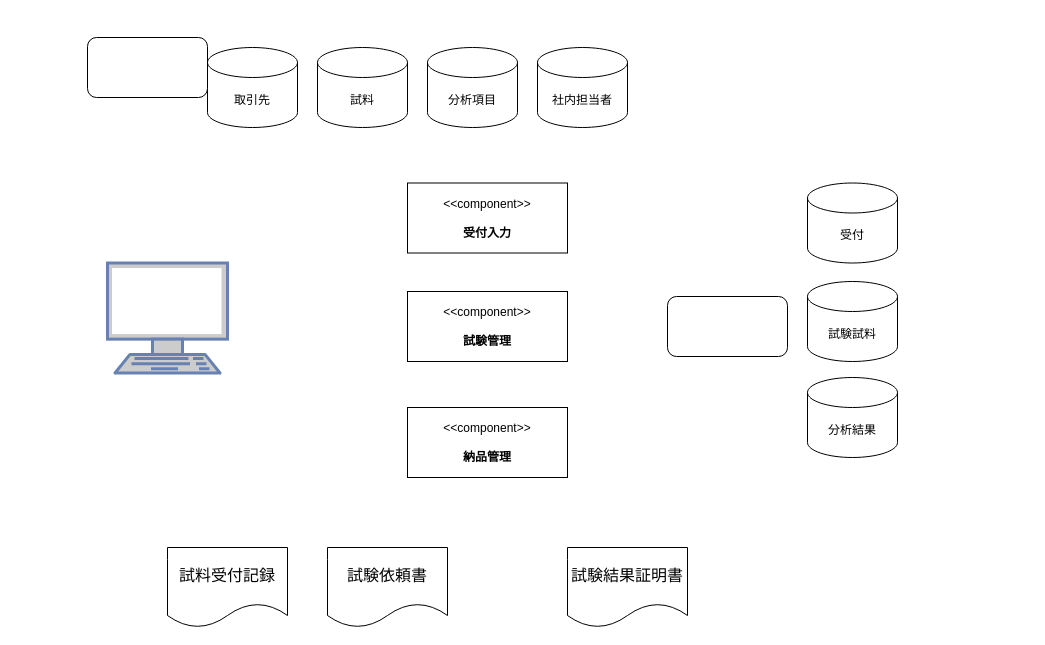
This is page "システム化" (4 of 6) of 試料分析システム.drawio from kaoru387/draw.io, a draw.io file, before an edit. Source tidied: cells renumbered, new cells numbered last; positions are measured from the earlier drawing's top-left corner, leaving out a move shared by most shapes. Both pictures are drawn from the tidied source at 100%, with x=0, y=0 at pixel (87, 37).
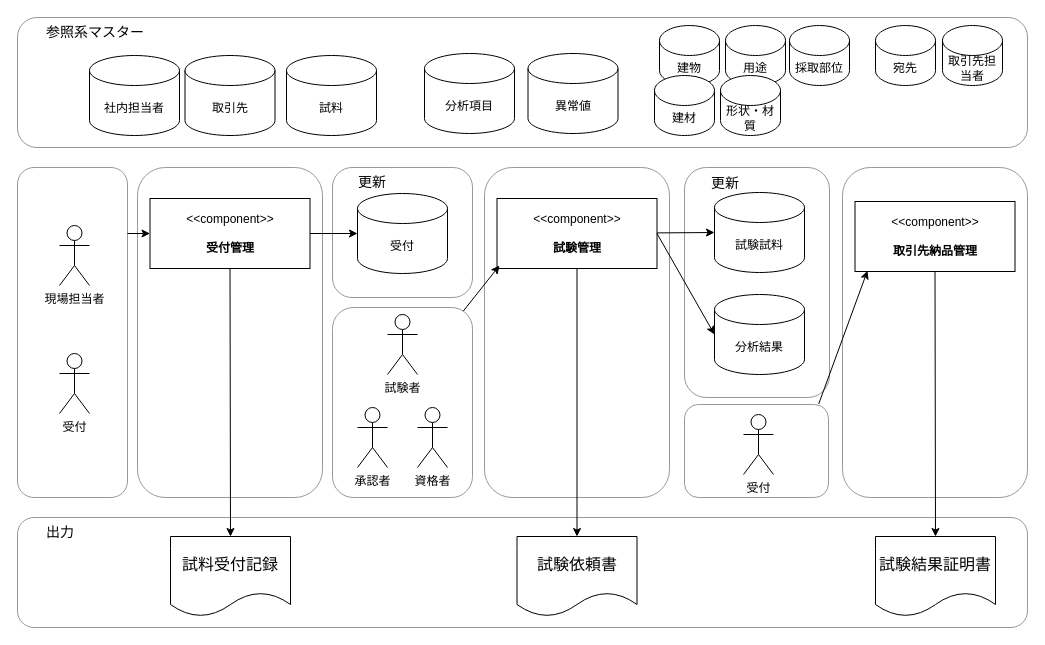
The same page after the edit.

Commit message:
試料分析システム.drawio を更新します

The edit, as a diff of the source:
```diff
@@
-<mxGraphModel>
+<mxGraphModel background="#ffffff">
@@
+    <mxCell id="18" style="rounded=1;whiteSpace=wrap;html=1;strokeColor=#999999;" parent="1" vertex="1">
+      <mxGeometry x="245" y="270" width="140" height="190" as="geometry" />
+    </mxCell>
+    <mxCell id="19" style="rounded=1;whiteSpace=wrap;html=1;strokeColor=#999999;" parent="1" vertex="1">
+      <mxGeometry x="245" y="130" width="140" height="130" as="geometry" />
+    </mxCell>
+    <mxCell id="20" style="rounded=1;whiteSpace=wrap;html=1;strokeColor=#999999;" parent="1" vertex="1">
+      <mxGeometry x="597" y="130" width="145" height="230" as="geometry" />
+    </mxCell>
+    <mxCell id="21" style="rounded=1;whiteSpace=wrap;html=1;strokeColor=#999999;" parent="1" vertex="1">
+      <mxGeometry x="-70" y="480" width="1010" height="110" as="geometry" />
+    </mxCell>
+    <mxCell id="22" style="rounded=1;whiteSpace=wrap;html=1;strokeColor=#999999;" parent="1" vertex="1">
+      <mxGeometry x="397" y="130" width="185" height="330" as="geometry" />
+    </mxCell>
+    <mxCell id="23" style="rounded=1;whiteSpace=wrap;html=1;strokeColor=#999999;" parent="1" vertex="1">
+      <mxGeometry x="50" y="130" width="185" height="330" as="geometry" />
+    </mxCell>
+    <mxCell id="16" style="rounded=1;whiteSpace=wrap;html=1;strokeColor=#999999;" parent="1" vertex="1">
+      <mxGeometry x="-70" y="-20" width="1010" height="130" as="geometry" />
+    </mxCell>
     <mxCell id="2" value="&amp;lt;&amp;lt;component&amp;gt;&amp;gt;&lt;br&gt;&lt;br&gt;&lt;b&gt;試験管理&lt;/b&gt;" style="html=1;align=center;verticalAlign=middle;dashed=0;whiteSpace=wrap;fonsSize=16;" parent="1" vertex="1">
-      <mxGeometry x="320" y="254" width="160" height="70" as="geometry" />
+      <mxGeometry x="409.5" y="161" width="160" height="70" as="geometry" />
     </mxCell>
-    <mxCell id="3" value="&amp;lt;&amp;lt;component&amp;gt;&amp;gt;&lt;br&gt;&lt;br&gt;&lt;b&gt;納品管理&lt;/b&gt;" style="html=1;align=center;verticalAlign=middle;dashed=0;whiteSpace=wrap;" parent="1" vertex="1">
-      <mxGeometry x="320" y="370" width="160" height="70" as="geometry" />
-    </mxCell>
     <mxCell id="4" value="受付" style="shape=cylinder3;whiteSpace=wrap;html=1;boundedLbl=1;backgroundOutline=1;size=15;" parent="1" vertex="1">
-      <mxGeometry x="720" y="145.5" width="90" height="80" as="geometry" />
+      <mxGeometry x="270" y="156" width="90" height="80" as="geometry" />
     </mxCell>
     <mxCell id="5" value="試験試料" style="shape=cylinder3;whiteSpace=wrap;html=1;boundedLbl=1;backgroundOutline=1;size=15;" parent="1" vertex="1">
-      <mxGeometry x="720" y="244" width="90" height="80" as="geometry" />
+      <mxGeometry x="627" y="155" width="90" height="80" as="geometry" />
     </mxCell>
     <mxCell id="6" value="分析結果" style="shape=cylinder3;whiteSpace=wrap;html=1;boundedLbl=1;backgroundOutline=1;size=15;" parent="1" vertex="1">
-      <mxGeometry x="720" y="340" width="90" height="80" as="geometry" />
+      <mxGeometry x="627" y="257" width="90" height="80" as="geometry" />
     </mxCell>
     <mxCell id="7" value="取引先" style="shape=cylinder3;whiteSpace=wrap;html=1;boundedLbl=1;backgroundOutline=1;size=15;" parent="1" vertex="1">
-      <mxGeometry x="120" y="10" width="90" height="80" as="geometry" />
+      <mxGeometry x="97.5" y="18" width="90" height="80" as="geometry" />
     </mxCell>
     <mxCell id="8" value="試験依頼書" style="shape=document;whiteSpace=wrap;html=1;boundedLbl=1;fontSize=16;" parent="1" vertex="1">
-      <mxGeometry x="240" y="510" width="120" height="80" as="geometry" />
+      <mxGeometry x="429.5" y="499" width="120" height="80" as="geometry" />
     </mxCell>
     <mxCell id="9" value="試料受付記録" style="shape=document;whiteSpace=wrap;html=1;boundedLbl=1;fontSize=16;" parent="1" vertex="1">
-      <mxGeometry x="80" y="510" width="120" height="80" as="geometry" />
+      <mxGeometry x="83" y="499" width="120" height="80" as="geometry" />
     </mxCell>
     <mxCell id="10" value="試料" style="shape=cylinder3;whiteSpace=wrap;html=1;boundedLbl=1;backgroundOutline=1;size=15;" parent="1" vertex="1">
-      <mxGeometry x="230" y="10" width="90" height="80" as="geometry" />
+      <mxGeometry x="199" y="18" width="90" height="80" as="geometry" />
     </mxCell>
     <mxCell id="11" value="分析項目" style="shape=cylinder3;whiteSpace=wrap;html=1;boundedLbl=1;backgroundOutline=1;size=15;" parent="1" vertex="1">
-      <mxGeometry x="340" y="10" width="90" height="80" as="geometry" />
+      <mxGeometry x="337" y="16" width="90" height="80" as="geometry" />
     </mxCell>
     <mxCell id="12" value="社内担当者" style="shape=cylinder3;whiteSpace=wrap;html=1;boundedLbl=1;backgroundOutline=1;size=15;" parent="1" vertex="1">
-      <mxGeometry x="450" y="10" width="90" height="80" as="geometry" />
+      <mxGeometry x="2" y="18" width="90" height="80" as="geometry" />
     </mxCell>
-    <mxCell id="13" value="&amp;lt;&amp;lt;component&amp;gt;&amp;gt;&lt;br&gt;&lt;br&gt;&lt;b&gt;受付入力&lt;/b&gt;" style="html=1;align=center;verticalAlign=middle;dashed=0;whiteSpace=wrap;fonsSize=16;" parent="1" vertex="1">
-      <mxGeometry x="320" y="145.5" width="160" height="70" as="geometry" />
+    <mxCell id="13" value="&amp;lt;&amp;lt;component&amp;gt;&amp;gt;&lt;br&gt;&lt;br&gt;&lt;b&gt;受付管理&lt;/b&gt;" style="html=1;align=center;verticalAlign=middle;dashed=0;whiteSpace=wrap;fonsSize=16;" parent="1" vertex="1">
+      <mxGeometry x="62.5" y="161" width="160" height="70" as="geometry" />
     </mxCell>
     <mxCell id="14" value="試験結果証明書" style="shape=document;whiteSpace=wrap;html=1;boundedLbl=1;fontSize=16;" parent="1" vertex="1">
-      <mxGeometry x="480" y="510" width="120" height="80" as="geometry" />
+      <mxGeometry x="788" y="499" width="120" height="80" as="geometry" />
     </mxCell>
-    <mxCell id="15" style="fontColor=#0066CC;verticalAlign=top;verticalLabelPosition=bottom;labelPosition=center;align=center;html=1;fillColor=#CCCCCC;strokeColor=#6881B3;gradientColor=none;gradientDirection=north;strokeWidth=2;shape=mxgraph.networks.terminal;" parent="1" vertex="1">
-      <mxGeometry x="20" y="225.5" width="120" height="110" as="geometry" />
-    </mxCell>
-    <mxCell id="16" style="rounded=1;whiteSpace=wrap;html=1;" parent="1" vertex="1">
-      <mxGeometry width="120" height="60" as="geometry" />
-    </mxCell>
-    <mxCell id="17" style="rounded=1;whiteSpace=wrap;html=1;" parent="1" vertex="1">
-      <mxGeometry x="580" y="259" width="120" height="60" as="geometry" />
-    </mxCell>
+    <mxCell id="24" value="参照系マスター" style="text;html=1;strokeColor=none;fillColor=none;align=center;verticalAlign=middle;whiteSpace=wrap;rounded=0;fontSize=14;" parent="1" vertex="1">
+      <mxGeometry x="-67" y="-20" width="150" height="30" as="geometry" />
+    </mxCell>
+    <mxCell id="25" style="endArrow=classic;html=1;rounded=0;entryX=0;entryY=0.5;entryDx=0;entryDy=0;entryPerimeter=0;exitX=1;exitY=0.5;exitDx=0;exitDy=0;" parent="1" edge="1" source="13" target="4">
+      <mxGeometry relative="1" as="geometry" />
+    </mxCell>
+    <mxCell id="26" style="endArrow=classic;html=1;rounded=0;entryX=0;entryY=0.5;entryDx=0;entryDy=0;entryPerimeter=0;" parent="1" edge="1" source="2" target="5">
+      <mxGeometry relative="1" as="geometry" />
+    </mxCell>
+    <mxCell id="27" style="endArrow=classic;html=1;rounded=0;entryX=0;entryY=0.5;entryDx=0;entryDy=0;entryPerimeter=0;exitX=1;exitY=0.5;exitDx=0;exitDy=0;" parent="1" edge="1" source="2" target="6">
+      <mxGeometry relative="1" as="geometry" />
+    </mxCell>
+    <mxCell id="28" style="rounded=1;whiteSpace=wrap;html=1;strokeColor=#999999;" parent="1" vertex="1">
+      <mxGeometry x="-70" y="130" width="110" height="330" as="geometry" />
+    </mxCell>
+    <mxCell id="29" value="現場担当者" style="shape=umlActor;verticalLabelPosition=bottom;verticalAlign=top;html=1;" parent="1" vertex="1">
+      <mxGeometry x="-28" y="188" width="30" height="60" as="geometry" />
+    </mxCell>
+    <mxCell id="30" value="受付" style="shape=umlActor;verticalLabelPosition=bottom;verticalAlign=top;html=1;" parent="1" vertex="1">
+      <mxGeometry x="-28" y="316" width="30" height="60" as="geometry" />
+    </mxCell>
+    <mxCell id="31" style="rounded=1;whiteSpace=wrap;html=1;strokeColor=#999999;" parent="1" vertex="1">
+      <mxGeometry x="755" y="130" width="185" height="330" as="geometry" />
+    </mxCell>
+    <mxCell id="3" value="&amp;lt;&amp;lt;component&amp;gt;&amp;gt;&lt;br&gt;&lt;br&gt;&lt;b&gt;取引先納品管理&lt;/b&gt;" style="html=1;align=center;verticalAlign=middle;dashed=0;whiteSpace=wrap;" parent="1" vertex="1">
+      <mxGeometry x="767.5" y="164" width="160" height="70" as="geometry" />
+    </mxCell>
+    <mxCell id="32" style="endArrow=classic;html=1;rounded=0;entryX=0.5;entryY=0;entryDx=0;entryDy=0;exitX=0.5;exitY=1;exitDx=0;exitDy=0;" parent="1" edge="1" source="13" target="9">
+      <mxGeometry relative="1" as="geometry" />
+    </mxCell>
+    <mxCell id="33" value="試験者" style="shape=umlActor;verticalLabelPosition=bottom;verticalAlign=top;html=1;" parent="1" vertex="1">
+      <mxGeometry x="300" y="277" width="30" height="60" as="geometry" />
+    </mxCell>
+    <mxCell id="34" value="資格者" style="shape=umlActor;verticalLabelPosition=bottom;verticalAlign=top;html=1;" parent="1" vertex="1">
+      <mxGeometry x="330" y="370" width="30" height="60" as="geometry" />
+    </mxCell>
+    <mxCell id="35" value="承認者" style="shape=umlActor;verticalLabelPosition=bottom;verticalAlign=top;html=1;" parent="1" vertex="1">
+      <mxGeometry x="270" y="370" width="30" height="60" as="geometry" />
+    </mxCell>
+    <mxCell id="36" style="endArrow=classic;html=1;rounded=0;entryX=0;entryY=0.5;entryDx=0;entryDy=0;" parent="1" edge="1" target="13">
+      <mxGeometry relative="1" as="geometry">
+        <mxPoint x="40" y="196" as="sourcePoint" />
+      </mxGeometry>
+    </mxCell>
+    <mxCell id="37" style="endArrow=classic;html=1;rounded=0;exitX=0.934;exitY=0.019;exitDx=0;exitDy=0;exitPerimeter=0;" parent="1" edge="1" source="18">
+      <mxGeometry relative="1" as="geometry">
+        <mxPoint x="412" y="228" as="targetPoint" />
+      </mxGeometry>
+    </mxCell>
+    <mxCell id="38" style="rounded=1;whiteSpace=wrap;html=1;strokeColor=#999999;" parent="1" vertex="1">
+      <mxGeometry x="597" y="367" width="144" height="93" as="geometry" />
+    </mxCell>
+    <mxCell id="39" value="受付" style="shape=umlActor;verticalLabelPosition=bottom;verticalAlign=top;html=1;" parent="1" vertex="1">
+      <mxGeometry x="656" y="377" width="30" height="60" as="geometry" />
+    </mxCell>
+    <mxCell id="40" style="endArrow=classic;html=1;rounded=0;entryX=0.078;entryY=0.989;entryDx=0;entryDy=0;entryPerimeter=0;exitX=0.932;exitY=-0.006;exitDx=0;exitDy=0;exitPerimeter=0;" parent="1" edge="1" source="38" target="3">
+      <mxGeometry relative="1" as="geometry" />
+    </mxCell>
+    <mxCell id="41" style="endArrow=classic;html=1;rounded=0;exitX=0.5;exitY=1;exitDx=0;exitDy=0;entryX=0.5;entryY=0;entryDx=0;entryDy=0;" parent="1" edge="1" source="3" target="14">
+      <mxGeometry relative="1" as="geometry" />
+    </mxCell>
+    <mxCell id="42" style="endArrow=classic;html=1;rounded=0;exitX=0.5;exitY=1;exitDx=0;exitDy=0;" parent="1" edge="1" source="2" target="8">
+      <mxGeometry relative="1" as="geometry" />
+    </mxCell>
+    <mxCell id="43" value="異常値" style="shape=cylinder3;whiteSpace=wrap;html=1;boundedLbl=1;backgroundOutline=1;size=15;" parent="1" vertex="1">
+      <mxGeometry x="440.5" y="16" width="90" height="80" as="geometry" />
+    </mxCell>
+    <mxCell id="44" value="建物" style="shape=cylinder3;whiteSpace=wrap;html=1;boundedLbl=1;backgroundOutline=1;size=15;" parent="1" vertex="1">
+      <mxGeometry x="572" y="-12" width="60" height="60" as="geometry" />
+    </mxCell>
+    <mxCell id="45" value="用途" style="shape=cylinder3;whiteSpace=wrap;html=1;boundedLbl=1;backgroundOutline=1;size=15;" parent="1" vertex="1">
+      <mxGeometry x="638" y="-12" width="60" height="60" as="geometry" />
+    </mxCell>
+    <mxCell id="46" value="採取部位" style="shape=cylinder3;whiteSpace=wrap;html=1;boundedLbl=1;backgroundOutline=1;size=15;" parent="1" vertex="1">
+      <mxGeometry x="702" y="-12" width="60" height="60" as="geometry" />
+    </mxCell>
+    <mxCell id="47" value="建材" style="shape=cylinder3;whiteSpace=wrap;html=1;boundedLbl=1;backgroundOutline=1;size=15;" parent="1" vertex="1">
+      <mxGeometry x="567" y="38" width="60" height="60" as="geometry" />
+    </mxCell>
+    <mxCell id="48" value="形状・材質" style="shape=cylinder3;whiteSpace=wrap;html=1;boundedLbl=1;backgroundOutline=1;size=15;" parent="1" vertex="1">
+      <mxGeometry x="633" y="38" width="60" height="60" as="geometry" />
+    </mxCell>
+    <mxCell id="49" value="更新" style="text;html=1;strokeColor=none;fillColor=none;align=center;verticalAlign=middle;whiteSpace=wrap;rounded=0;fontSize=14;" parent="1" vertex="1">
+      <mxGeometry x="256.2" y="130" width="57.5" height="30" as="geometry" />
+    </mxCell>
+    <mxCell id="50" value="更新" style="text;html=1;strokeColor=none;fillColor=none;align=center;verticalAlign=middle;whiteSpace=wrap;rounded=0;fontSize=14;" parent="1" vertex="1">
+      <mxGeometry x="609" y="131" width="57.5" height="30" as="geometry" />
+    </mxCell>
+    <mxCell id="51" value="出力" style="text;html=1;strokeColor=none;fillColor=none;align=center;verticalAlign=middle;whiteSpace=wrap;rounded=0;fontSize=14;" parent="1" vertex="1">
+      <mxGeometry x="-55.5" y="480" width="55.5" height="30" as="geometry" />
+    </mxCell>
+    <mxCell id="52" value="宛先" style="shape=cylinder3;whiteSpace=wrap;html=1;boundedLbl=1;backgroundOutline=1;size=15;" parent="1" vertex="1">
+      <mxGeometry x="788" y="-12" width="60" height="60" as="geometry" />
+    </mxCell>
+    <mxCell id="53" value="取引先担当者" style="shape=cylinder3;whiteSpace=wrap;html=1;boundedLbl=1;backgroundOutline=1;size=15;" parent="1" vertex="1">
+      <mxGeometry x="855" y="-12" width="60" height="60" as="geometry" />
+    </mxCell>
```
